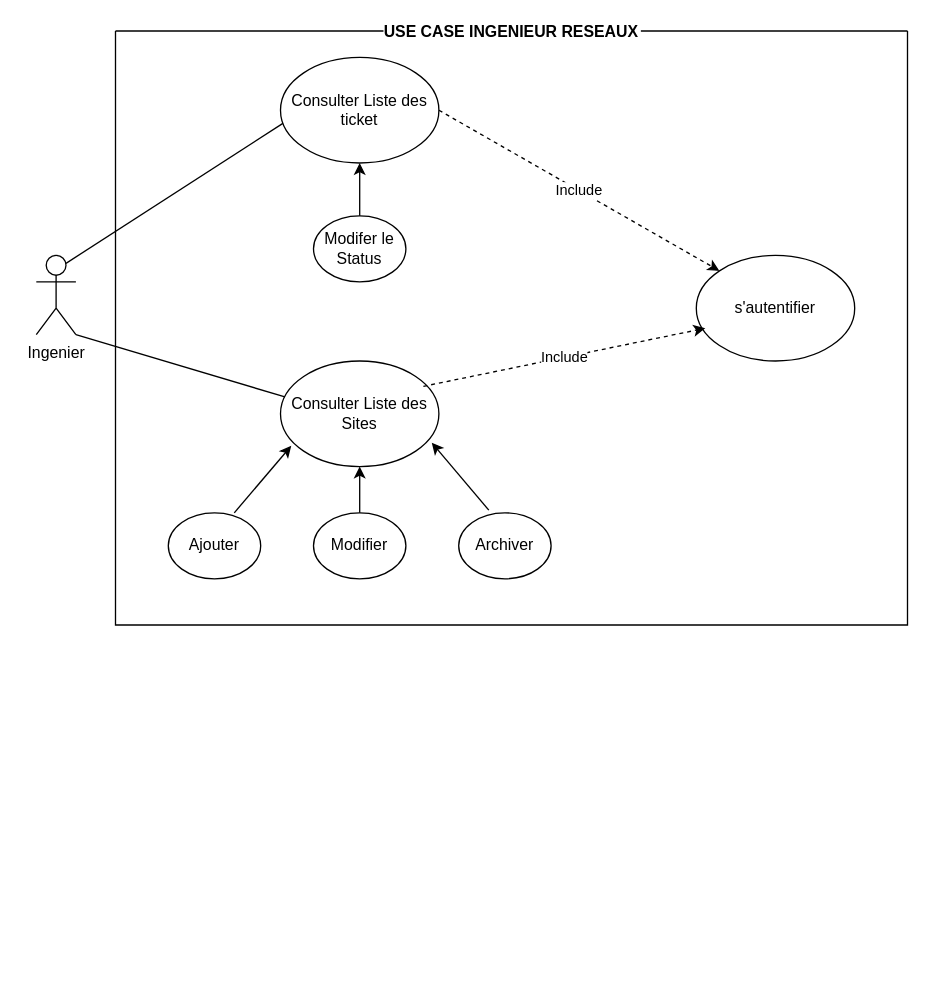
Belakebi-Amine/djezzy_supervision keeps this draw.io diagram as page "Ingenieur Reseaux" (2 of 4) of Conception/USE_CASE.drawio. Above is the earlier version. Source tidied: cells renumbered, new cells numbered last; positions are measured from the earlier drawing's top-left corner, leaving out a move shared by most shapes. Both pictures are drawn from the tidied source at 132%, with x=0, y=0 at pixel (36, 30).
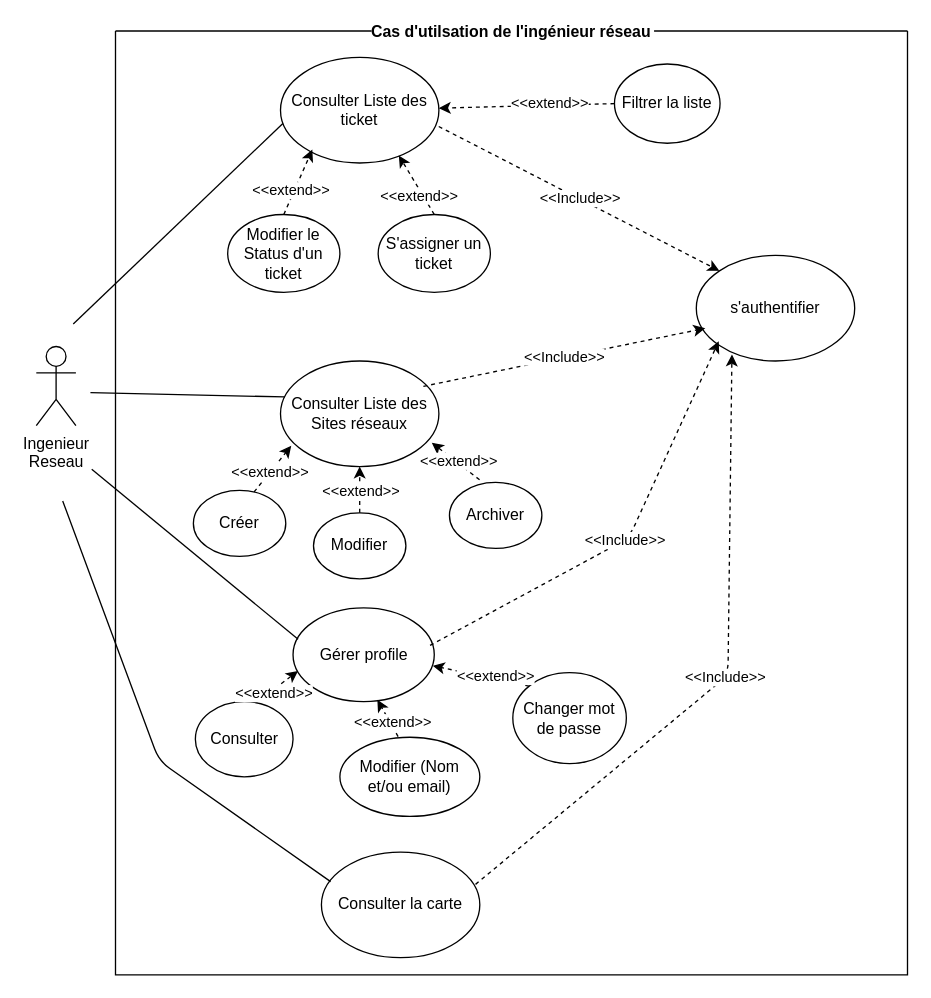
The same page after the edit.

Unchanged cells that the change refers to:
```xml
<mxCell id="6" value="Modifier" style="ellipse;whiteSpace=wrap;html=1;" parent="3" vertex="1">
  <mxGeometry x="150" y="365" width="70" height="50" as="geometry" />
</mxCell>
<mxCell id="11" value="Consulter Liste des ticket" style="ellipse;whiteSpace=wrap;html=1;" parent="3" vertex="1">
  <mxGeometry x="125" y="20" width="120" height="80" as="geometry" />
</mxCell>
```

The edit, as a diff of the source:
```diff
@@
-    <mxCell id="2" value="Ingenier" style="shape=umlActor;verticalLabelPosition=bottom;verticalAlign=top;html=1;outlineConnect=0;" parent="1" vertex="1">
-      <mxGeometry y="170" width="30" height="60" as="geometry" />
+    <mxCell id="2" value="Ingenieur&lt;div&gt;Reseau&lt;/div&gt;" style="shape=umlActor;verticalLabelPosition=bottom;verticalAlign=top;html=1;outlineConnect=0;" parent="1" vertex="1">
+      <mxGeometry y="239" width="30" height="60" as="geometry" />
     </mxCell>
-    <mxCell id="3" value="USE CASE INGENIEUR RESEAUX" style="swimlane;startSize=0;fillColor=default;gradientColor=none;swimlaneFillColor=none;labelBackgroundColor=default;" parent="1" vertex="1">
-      <mxGeometry x="60" width="600" height="450" as="geometry" />
+    <mxCell id="3" value="Cas d'utilsation de l'ingénieur réseau" style="swimlane;startSize=0;fillColor=default;gradientColor=none;swimlaneFillColor=none;labelBackgroundColor=default;" parent="1" vertex="1">
+      <mxGeometry x="60" width="600" height="715" as="geometry" />
     </mxCell>
-    <mxCell id="4" value="Consulter Liste des Sites" style="ellipse;whiteSpace=wrap;html=1;" parent="3" vertex="1">
+    <mxCell id="4" value="Consulter Liste des Sites réseaux" style="ellipse;whiteSpace=wrap;html=1;" parent="3" vertex="1">
       <mxGeometry x="125" y="250" width="120" height="80" as="geometry" />
     </mxCell>
-    <mxCell id="5" value="Ajouter" style="ellipse;whiteSpace=wrap;html=1;" parent="3" vertex="1">
-      <mxGeometry x="40" y="365" width="70" height="50" as="geometry" />
+    <mxCell id="5" value="Créer" style="ellipse;whiteSpace=wrap;html=1;" parent="3" vertex="1">
+      <mxGeometry x="59" y="348" width="70" height="50" as="geometry" />
     </mxCell>
@@
-    <mxCell id="7" value="&lt;span style=&quot;color: rgb(0, 0, 0);&quot;&gt;Archiver&lt;/span&gt;" style="ellipse;whiteSpace=wrap;html=1;" parent="3" vertex="1">
-      <mxGeometry x="260" y="365" width="70" height="50" as="geometry" />
+    <mxCell id="7" value="Archiver" style="ellipse;whiteSpace=wrap;html=1;" parent="3" vertex="1">
+      <mxGeometry x="253" y="342" width="70" height="50" as="geometry" />
     </mxCell>
-    <mxCell id="8" style="endArrow=classic;html=1;entryX=0.068;entryY=0.803;entryDx=0;entryDy=0;entryPerimeter=0;exitX=0.714;exitY=0;exitDx=0;exitDy=0;exitPerimeter=0;" parent="3" edge="1" source="5" target="4">
+    <mxCell id="8" style="endArrow=classic;html=1;entryX=0.068;entryY=0.803;entryDx=0;entryDy=0;entryPerimeter=0;exitX=0.657;exitY=0.023;exitDx=0;exitDy=0;exitPerimeter=0;dashed=1;" parent="3" edge="1" source="5" target="4">
       <mxGeometry relative="1" as="geometry" />
     </mxCell>
+    <mxCell id="19" value="&amp;lt;&amp;lt;extend&amp;gt;&amp;gt;" style="edgeLabel;html=1;align=center;verticalAlign=middle;" parent="8" vertex="1">
+      <mxGeometry x="-0.17" y="1" relative="1" as="geometry" />
+    </mxCell>
-    <mxCell id="9" style="endArrow=classic;html=1;entryX=0.5;entryY=1;entryDx=0;entryDy=0;exitX=0.5;exitY=0;exitDx=0;exitDy=0;" parent="3" edge="1" source="6" target="4">
+    <mxCell id="9" style="endArrow=classic;html=1;entryX=0.5;entryY=1;entryDx=0;entryDy=0;exitX=0.5;exitY=0;exitDx=0;exitDy=0;dashed=1;" parent="3" edge="1" source="6" target="4">
       <mxGeometry relative="1" as="geometry" />
     </mxCell>
+    <mxCell id="20" value="&amp;lt;&amp;lt;extend&amp;gt;&amp;gt;" style="edgeLabel;html=1;align=center;verticalAlign=middle;" parent="9" vertex="1">
+      <mxGeometry x="-0.04" relative="1" as="geometry" />
+    </mxCell>
-    <mxCell id="10" style="endArrow=classic;html=1;exitX=0.326;exitY=-0.04;exitDx=0;exitDy=0;exitPerimeter=0;entryX=0.955;entryY=0.773;entryDx=0;entryDy=0;entryPerimeter=0;" parent="3" edge="1" source="7" target="4">
+    <mxCell id="10" style="endArrow=classic;html=1;exitX=0.326;exitY=-0.04;exitDx=0;exitDy=0;exitPerimeter=0;entryX=0.955;entryY=0.773;entryDx=0;entryDy=0;entryPerimeter=0;dashed=1;" parent="3" edge="1" source="7" target="4">
       <mxGeometry relative="1" as="geometry" />
     </mxCell>
+    <mxCell id="21" value="&amp;lt;&amp;lt;extend&amp;gt;&amp;gt;" style="edgeLabel;html=1;align=center;verticalAlign=middle;" parent="10" vertex="1">
+      <mxGeometry x="-0.04" y="-1" relative="1" as="geometry" />
+    </mxCell>
@@
-    <mxCell id="12" value="Modifer le Status" style="ellipse;whiteSpace=wrap;html=1;" parent="3" vertex="1">
-      <mxGeometry x="150" y="140" width="70" height="50" as="geometry" />
+    <mxCell id="12" value="Modifier le Status d'un ticket" style="ellipse;whiteSpace=wrap;html=1;" parent="3" vertex="1">
+      <mxGeometry x="85" y="139" width="85" height="59" as="geometry" />
     </mxCell>
-    <mxCell id="13" style="endArrow=classic;html=1;entryX=0.5;entryY=1;entryDx=0;entryDy=0;exitX=0.5;exitY=0;exitDx=0;exitDy=0;" parent="3" edge="1" source="12" target="11">
+    <mxCell id="13" style="endArrow=classic;html=1;entryX=0.201;entryY=0.873;entryDx=0;entryDy=0;exitX=0.5;exitY=0;exitDx=0;exitDy=0;dashed=1;entryPerimeter=0;" parent="3" edge="1" source="12" target="11">
       <mxGeometry relative="1" as="geometry" />
     </mxCell>
+    <mxCell id="22" value="&amp;lt;&amp;lt;extend&amp;gt;&amp;gt;" style="edgeLabel;html=1;align=center;verticalAlign=middle;" parent="13" vertex="1">
+      <mxGeometry x="-0.28" y="3" relative="1" as="geometry" />
+    </mxCell>
-    <mxCell id="14" value="s'autentifier" style="ellipse;whiteSpace=wrap;html=1;" parent="3" vertex="1">
+    <mxCell id="14" value="s'authentifier" style="ellipse;whiteSpace=wrap;html=1;" parent="3" vertex="1">
       <mxGeometry x="440" y="170" width="120" height="80" as="geometry" />
     </mxCell>
-    <mxCell id="15" value="Include" style="endArrow=classic;dashed=1;html=1;entryX=0.057;entryY=0.69;entryDx=0;entryDy=0;entryPerimeter=0;exitX=0.902;exitY=0.24;exitDx=0;exitDy=0;exitPerimeter=0;endFill=1;" parent="3" edge="1" source="4" target="14">
+    <mxCell id="15" value="&amp;lt;&amp;lt;Include&amp;gt;&amp;gt;" style="endArrow=classic;dashed=1;html=1;entryX=0.057;entryY=0.69;entryDx=0;entryDy=0;entryPerimeter=0;exitX=0.902;exitY=0.24;exitDx=0;exitDy=0;exitPerimeter=0;endFill=1;" parent="3" edge="1" source="4" target="14">
       <mxGeometry relative="1" as="geometry" />
     </mxCell>
-    <mxCell id="16" value="Include" style="endArrow=classic;dashed=1;html=1;entryX=0;entryY=0;entryDx=0;entryDy=0;exitX=1;exitY=0.5;exitDx=0;exitDy=0;endFill=1;" parent="3" edge="1" source="11" target="14">
+    <mxCell id="16" value="&amp;lt;&amp;lt;Include&amp;gt;&amp;gt;" style="endArrow=classic;dashed=1;html=1;entryX=0;entryY=0;entryDx=0;entryDy=0;exitX=0.999;exitY=0.654;exitDx=0;exitDy=0;endFill=1;exitPerimeter=0;" parent="3" edge="1" source="11" target="14">
       <mxGeometry relative="1" as="geometry" />
     </mxCell>
+    <mxCell id="23" value="S'assigner un ticket" style="ellipse;whiteSpace=wrap;html=1;" parent="3" vertex="1">
+      <mxGeometry x="199" y="139" width="85" height="59" as="geometry" />
+    </mxCell>
+    <mxCell id="24" style="endArrow=classic;html=1;entryX=0.747;entryY=0.928;entryDx=0;entryDy=0;dashed=1;entryPerimeter=0;exitX=0.5;exitY=0;exitDx=0;exitDy=0;" parent="3" edge="1" source="23" target="11">
+      <mxGeometry relative="1" as="geometry" />
+    </mxCell>
+    <mxCell id="25" value="&amp;lt;&amp;lt;extend&amp;gt;&amp;gt;" style="edgeLabel;html=1;align=center;verticalAlign=middle;" parent="24" vertex="1">
+      <mxGeometry x="-0.28" y="3" relative="1" as="geometry" />
+    </mxCell>
+    <mxCell id="26" value="Filtrer la liste" style="ellipse;whiteSpace=wrap;html=1;" parent="3" vertex="1">
+      <mxGeometry x="378" y="25" width="80" height="60" as="geometry" />
+    </mxCell>
+    <mxCell id="27" style="endArrow=classic;html=1;exitX=0;exitY=0.5;exitDx=0;exitDy=0;dashed=1;" parent="3" edge="1" source="26" target="11">
+      <mxGeometry relative="1" as="geometry" />
+    </mxCell>
+    <mxCell id="28" value="&amp;lt;&amp;lt;extend&amp;gt;&amp;gt;" style="edgeLabel;html=1;align=center;verticalAlign=middle;" parent="27" vertex="1">
+      <mxGeometry x="-0.27" y="-2" relative="1" as="geometry" />
+    </mxCell>
+    <mxCell id="29" value="Consulter la carte" style="ellipse;whiteSpace=wrap;html=1;" parent="3" vertex="1">
+      <mxGeometry x="156" y="622" width="120" height="80" as="geometry" />
+    </mxCell>
+    <mxCell id="30" value="Gérer profile" style="ellipse;whiteSpace=wrap;html=1;" parent="3" vertex="1">
+      <mxGeometry x="134.5" y="437" width="107" height="71" as="geometry" />
+    </mxCell>
+    <mxCell id="31" value="Modifier (Nom et/ou email)" style="ellipse;whiteSpace=wrap;html=1;" parent="3" vertex="1">
+      <mxGeometry x="170" y="535" width="106" height="60" as="geometry" />
+    </mxCell>
+    <mxCell id="32" value="Changer mot de passe" style="ellipse;whiteSpace=wrap;html=1;" parent="3" vertex="1">
+      <mxGeometry x="301" y="486" width="86" height="69" as="geometry" />
+    </mxCell>
+    <mxCell id="33" value="Consulter" style="ellipse;whiteSpace=wrap;html=1;" parent="3" vertex="1">
+      <mxGeometry x="60.5" y="508" width="74" height="57" as="geometry" />
+    </mxCell>
+    <mxCell id="34" style="endArrow=classic;html=1;exitX=0;exitY=0;exitDx=0;exitDy=0;entryX=0.989;entryY=0.618;entryDx=0;entryDy=0;entryPerimeter=0;dashed=1;" parent="3" edge="1" source="32" target="30">
+      <mxGeometry relative="1" as="geometry" />
+    </mxCell>
+    <mxCell id="35" value="&amp;lt;&amp;lt;extend&amp;gt;&amp;gt;" style="edgeLabel;html=1;align=center;verticalAlign=middle;" parent="34" vertex="1">
+      <mxGeometry x="-0.27" y="-2" relative="1" as="geometry" />
+    </mxCell>
+    <mxCell id="36" style="endArrow=classic;html=1;exitX=0.416;exitY=-0.008;exitDx=0;exitDy=0;entryX=0.597;entryY=0.981;entryDx=0;entryDy=0;entryPerimeter=0;dashed=1;exitPerimeter=0;" parent="3" edge="1" source="31" target="30">
+      <mxGeometry relative="1" as="geometry" />
+    </mxCell>
+    <mxCell id="37" value="&amp;lt;&amp;lt;extend&amp;gt;&amp;gt;" style="edgeLabel;html=1;align=center;verticalAlign=middle;" parent="36" vertex="1">
+      <mxGeometry x="-0.27" y="-2" relative="1" as="geometry" />
+    </mxCell>
+    <mxCell id="38" style="endArrow=classic;html=1;exitX=0.62;exitY=0.016;exitDx=0;exitDy=0;entryX=0.035;entryY=0.674;entryDx=0;entryDy=0;entryPerimeter=0;dashed=1;exitPerimeter=0;" parent="3" edge="1" source="33" target="30">
+      <mxGeometry relative="1" as="geometry" />
+    </mxCell>
+    <mxCell id="39" value="&amp;lt;&amp;lt;extend&amp;gt;&amp;gt;" style="edgeLabel;html=1;align=center;verticalAlign=middle;" parent="38" vertex="1">
+      <mxGeometry x="-0.27" y="-2" relative="1" as="geometry" />
+    </mxCell>
-    <mxCell id="17" style="endArrow=none;html=1;entryX=0.015;entryY=0.625;entryDx=0;entryDy=0;entryPerimeter=0;exitX=0.75;exitY=0.1;exitDx=0;exitDy=0;exitPerimeter=0;" parent="1" edge="1" source="2" target="11">
-      <mxGeometry relative="1" as="geometry" />
+    <mxCell id="17" style="endArrow=none;html=1;entryX=0.015;entryY=0.625;entryDx=0;entryDy=0;entryPerimeter=0;" parent="1" edge="1" target="11">
+      <mxGeometry relative="1" as="geometry">
+        <mxPoint x="28" y="222" as="sourcePoint" />
+      </mxGeometry>
     </mxCell>
-    <mxCell id="18" style="endArrow=none;html=1;exitX=1;exitY=1;exitDx=0;exitDy=0;exitPerimeter=0;entryX=0.028;entryY=0.34;entryDx=0;entryDy=0;entryPerimeter=0;" parent="1" edge="1" source="2" target="4">
-      <mxGeometry relative="1" as="geometry" />
+    <mxCell id="18" style="endArrow=none;html=1;entryX=0.028;entryY=0.34;entryDx=0;entryDy=0;entryPerimeter=0;" parent="1" edge="1" target="4">
+      <mxGeometry relative="1" as="geometry">
+        <mxPoint x="41" y="274" as="sourcePoint" />
+      </mxGeometry>
     </mxCell>
+    <mxCell id="40" style="endArrow=none;html=1;entryX=0.058;entryY=0.28;entryDx=0;entryDy=0;entryPerimeter=0;" parent="1" edge="1" target="29">
+      <mxGeometry relative="1" as="geometry">
+        <mxPoint x="20" y="356" as="sourcePoint" />
+        <Array as="points">
+          <mxPoint x="93" y="553" />
+        </Array>
+      </mxGeometry>
+    </mxCell>
+    <mxCell id="41" style="endArrow=none;html=1;entryX=0.036;entryY=0.336;entryDx=0;entryDy=0;entryPerimeter=0;" parent="1" edge="1" target="30">
+      <mxGeometry relative="1" as="geometry">
+        <mxPoint x="42" y="332" as="sourcePoint" />
+      </mxGeometry>
+    </mxCell>
+    <mxCell id="42" value="&amp;lt;&amp;lt;Include&amp;gt;&amp;gt;" style="endArrow=classic;dashed=1;html=1;entryX=0.057;entryY=0.69;entryDx=0;entryDy=0;entryPerimeter=0;exitX=0.97;exitY=0.401;exitDx=0;exitDy=0;exitPerimeter=0;endFill=1;" parent="1" edge="1" source="30">
+      <mxGeometry relative="1" as="geometry">
+        <mxPoint x="517" y="235" as="targetPoint" />
+        <Array as="points">
+          <mxPoint x="449" y="384" />
+        </Array>
+      </mxGeometry>
+    </mxCell>
+    <mxCell id="43" value="&amp;lt;&amp;lt;Include&amp;gt;&amp;gt;" style="endArrow=classic;dashed=1;html=1;entryX=0.057;entryY=0.69;entryDx=0;entryDy=0;entryPerimeter=0;exitX=0.973;exitY=0.306;exitDx=0;exitDy=0;exitPerimeter=0;endFill=1;" parent="1" edge="1" source="29">
+      <mxGeometry relative="1" as="geometry">
+        <mxPoint x="527" y="245" as="targetPoint" />
+        <Array as="points">
+          <mxPoint x="524" y="488" />
+        </Array>
+      </mxGeometry>
+    </mxCell>
```
